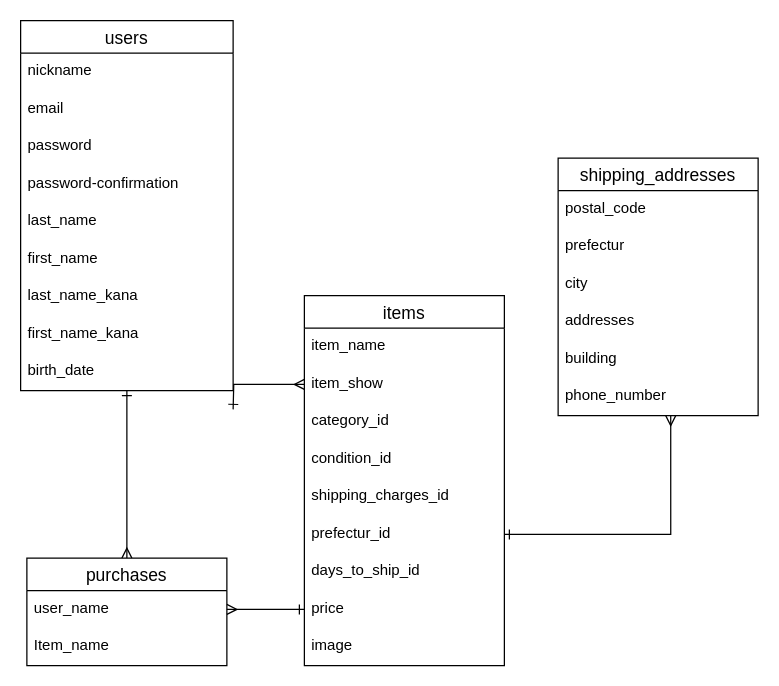
Above: frima.dio in SinCSK/furima-36382 (draw.io), before the change. Source tidied: cells renumbered, new cells numbered last; positions are measured from the earlier drawing's top-left corner, leaving out a move shared by most shapes. Both pictures are drawn from the tidied source at 125%, with x=0, y=0 at pixel (20, 20).
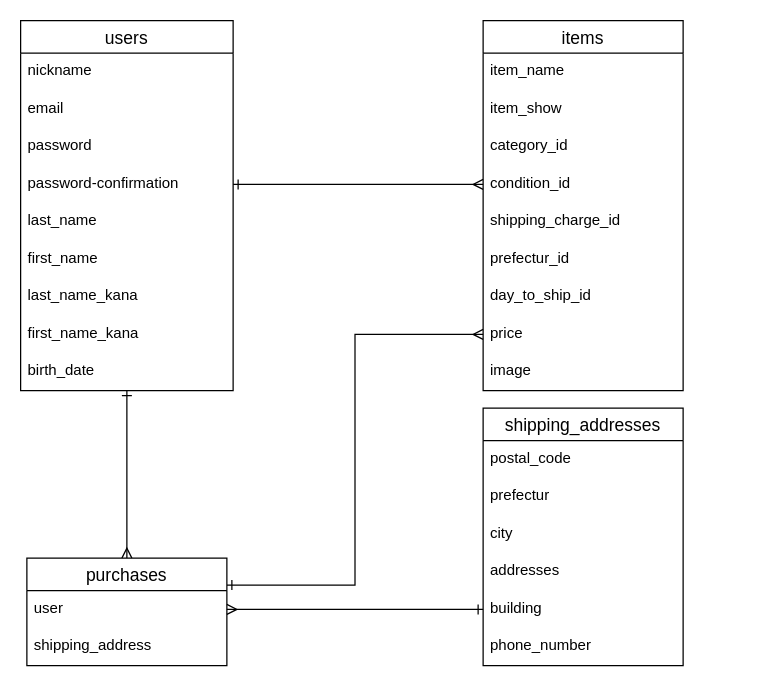
After the change.

Commit message (it also covers changes not shown here):
README再再再修正

The change refers to these unchanged cells:
```xml
<mxCell id="3" value="users" style="swimlane;fontStyle=0;horizontal=1;startSize=26;align=center;fontSize=14;" parent="1" vertex="1">
  <mxGeometry width="170" height="296" as="geometry" />
</mxCell>
<mxCell id="7" value="password-confirmation" style="text;strokeColor=none;fillColor=none;spacingLeft=4;spacingRight=4;overflow=hidden;points=[[0,0.5],[1,0.5]];portConstraint=eastwest;fontSize=12;" parent="3" vertex="1">
  <mxGeometry y="116" width="170" height="30" as="geometry" />
</mxCell>
<mxCell id="15" value="item_show" style="text;strokeColor=none;fillColor=none;spacingLeft=4;spacingRight=4;overflow=hidden;points=[[0,0.5],[1,0.5]];portConstraint=eastwest;fontSize=12;" parent="13" vertex="1">
  <mxGeometry y="56" width="160" height="30" as="geometry" />
</mxCell>
<mxCell id="17" value="condition_id" style="text;strokeColor=none;fillColor=none;spacingLeft=4;spacingRight=4;overflow=hidden;points=[[0,0.5],[1,0.5]];portConstraint=eastwest;fontSize=12;" parent="13" vertex="1">
  <mxGeometry y="116" width="160" height="30" as="geometry" />
</mxCell>
<mxCell id="19" value="prefectur_id" style="text;strokeColor=none;fillColor=none;spacingLeft=4;spacingRight=4;overflow=hidden;points=[[0,0.5],[1,0.5]];portConstraint=eastwest;fontSize=12;" parent="13" vertex="1">
  <mxGeometry y="176" width="160" height="30" as="geometry" />
</mxCell>
<mxCell id="21" value="price" style="text;strokeColor=none;fillColor=none;spacingLeft=4;spacingRight=4;overflow=hidden;points=[[0,0.5],[1,0.5]];portConstraint=eastwest;fontSize=12;" parent="13" vertex="1">
  <mxGeometry y="236" width="160" height="30" as="geometry" />
</mxCell>
<mxCell id="29" value="building" style="text;strokeColor=none;fillColor=none;spacingLeft=4;spacingRight=4;overflow=hidden;points=[[0,0.5],[1,0.5]];portConstraint=eastwest;fontSize=12;" parent="24" vertex="1">
  <mxGeometry y="146" width="160" height="30" as="geometry" />
</mxCell>
<mxCell id="30" value="phone_number " style="text;strokeColor=none;fillColor=none;spacingLeft=4;spacingRight=4;overflow=hidden;points=[[0,0.5],[1,0.5]];portConstraint=eastwest;fontSize=12;" parent="24" vertex="1">
  <mxGeometry y="176" width="160" height="30" as="geometry" />
</mxCell>
<mxCell id="31" value="purchases" style="swimlane;fontStyle=0;horizontal=1;startSize=26;align=center;fontSize=14;" parent="1" vertex="1">
  <mxGeometry x="5" y="430" width="160" height="86" as="geometry" />
</mxCell>
```

The edit, as a diff of the source:
```diff
@@
-    <mxCell id="2" style="edgeStyle=orthogonalEdgeStyle;rounded=0;jettySize=auto;html=1;startArrow=ERone;startFill=0;endArrow=ERmany;endFill=0;" parent="1" edge="1" source="3" target="31">
+    <mxCell id="2" style="edgeStyle=orthogonalEdgeStyle;rounded=0;jettySize=auto;html=1;entryX=0.5;entryY=0;entryDx=0;entryDy=0;startArrow=ERone;startFill=0;endArrow=ERmany;endFill=0;" parent="1" edge="1" source="3" target="31">
       <mxGeometry relative="1" as="geometry" />
     </mxCell>
@@
     <mxCell id="13" value="items" style="swimlane;fontStyle=0;horizontal=1;startSize=26;align=center;fontSize=14;" parent="1" vertex="1">
-      <mxGeometry x="227" y="220" width="160" height="296" as="geometry" />
+      <mxGeometry x="370" width="160" height="296" as="geometry" />
     </mxCell>
@@
-    <mxCell id="18" value="shipping_charges_id" style="text;strokeColor=none;fillColor=none;spacingLeft=4;spacingRight=4;overflow=hidden;fontSize=12;" parent="13" vertex="1">
+    <mxCell id="18" value="shipping_charge_id" style="text;strokeColor=none;fillColor=none;spacingLeft=4;spacingRight=4;overflow=hidden;fontSize=12;" parent="13" vertex="1">
       <mxGeometry y="146" width="160" height="30" as="geometry" />
     </mxCell>
@@
-    <mxCell id="20" value="days_to_ship_id" style="text;strokeColor=none;fillColor=none;spacingLeft=4;spacingRight=4;overflow=hidden;fontSize=12;" parent="13" vertex="1">
+    <mxCell id="20" value="day_to_ship_id" style="text;strokeColor=none;fillColor=none;spacingLeft=4;spacingRight=4;overflow=hidden;fontSize=12;" parent="13" vertex="1">
       <mxGeometry y="206" width="160" height="30" as="geometry" />
     </mxCell>
@@
     <mxCell id="24" value="shipping_addresses" style="swimlane;fontStyle=0;horizontal=1;startSize=26;align=center;fontSize=14;" parent="1" vertex="1">
-      <mxGeometry x="430" y="110" width="160" height="206" as="geometry" />
+      <mxGeometry x="370" y="310" width="160" height="206" as="geometry" />
     </mxCell>
@@
+    <mxCell id="37" style="edgeStyle=orthogonalEdgeStyle;rounded=0;jettySize=auto;html=1;exitX=1;exitY=0.25;exitDx=0;exitDy=0;entryX=0;entryY=0.5;entryDx=0;entryDy=0;startArrow=ERone;startFill=0;endArrow=ERmany;endFill=0;" parent="1" edge="1" source="31" target="21">
+      <mxGeometry relative="1" as="geometry" />
+    </mxCell>
@@
-    <mxCell id="32" value="user_name" style="text;strokeColor=none;fillColor=none;spacingLeft=4;spacingRight=4;overflow=hidden;points=[[0,0.5],[1,0.5]];portConstraint=eastwest;fontSize=12;" parent="31" vertex="1">
+    <mxCell id="32" value="user" style="text;strokeColor=none;fillColor=none;spacingLeft=4;spacingRight=4;overflow=hidden;points=[[0,0.5],[1,0.5]];portConstraint=eastwest;fontSize=12;" parent="31" vertex="1">
       <mxGeometry y="26" width="160" height="30" as="geometry" />
     </mxCell>
-    <mxCell id="33" value="Item_name" style="text;strokeColor=none;fillColor=none;spacingLeft=4;spacingRight=4;overflow=hidden;fontSize=12;" parent="31" vertex="1">
-      <mxGeometry y="56" width="160" height="30" as="geometry" />
-    </mxCell>
-    <mxCell id="34" style="edgeStyle=orthogonalEdgeStyle;rounded=0;jettySize=auto;html=1;exitX=0;exitY=0.5;exitDx=0;exitDy=0;entryX=1;entryY=0.5;entryDx=0;entryDy=0;startArrow=ERone;startFill=0;endArrow=ERmany;endFill=0;" parent="1" edge="1" source="21" target="32">
-      <mxGeometry relative="1" as="geometry" />
-    </mxCell>
-    <mxCell id="35" style="edgeStyle=orthogonalEdgeStyle;rounded=0;jettySize=auto;html=1;startArrow=ERone;startFill=0;endArrow=ERmany;endFill=0;entryX=0;entryY=0.5;entryDx=0;entryDy=0;" parent="1" edge="1" target="15">
-      <mxGeometry relative="1" as="geometry">
-        <mxPoint x="170" y="311" as="sourcePoint" />
-      </mxGeometry>
-    </mxCell>
-    <mxCell id="36" style="edgeStyle=orthogonalEdgeStyle;rounded=0;jettySize=auto;html=1;entryX=0.563;entryY=1;entryDx=0;entryDy=0;entryPerimeter=0;startArrow=ERone;startFill=0;endArrow=ERmany;endFill=0;" parent="1" edge="1" source="19" target="30">
-      <mxGeometry relative="1" as="geometry" />
-    </mxCell>
+    <mxCell id="38" value="shipping_address" style="text;strokeColor=none;fillColor=none;spacingLeft=4;spacingRight=4;overflow=hidden;fontSize=12;" parent="31" vertex="1">
+      <mxGeometry y="56" width="160" height="30" as="geometry" />
+    </mxCell>
+    <mxCell id="39" style="edgeStyle=orthogonalEdgeStyle;rounded=0;jettySize=auto;html=1;entryX=0;entryY=0.5;entryDx=0;entryDy=0;startArrow=ERone;startFill=0;endArrow=ERmany;endFill=0;" parent="1" edge="1" source="7" target="17">
+      <mxGeometry relative="1" as="geometry" />
+    </mxCell>
+    <mxCell id="40" style="edgeStyle=orthogonalEdgeStyle;rounded=0;jettySize=auto;html=1;entryX=1;entryY=0.5;entryDx=0;entryDy=0;startArrow=ERone;startFill=0;endArrow=ERmany;endFill=0;" parent="1" edge="1" source="29" target="32">
+      <mxGeometry relative="1" as="geometry" />
+    </mxCell>
```
